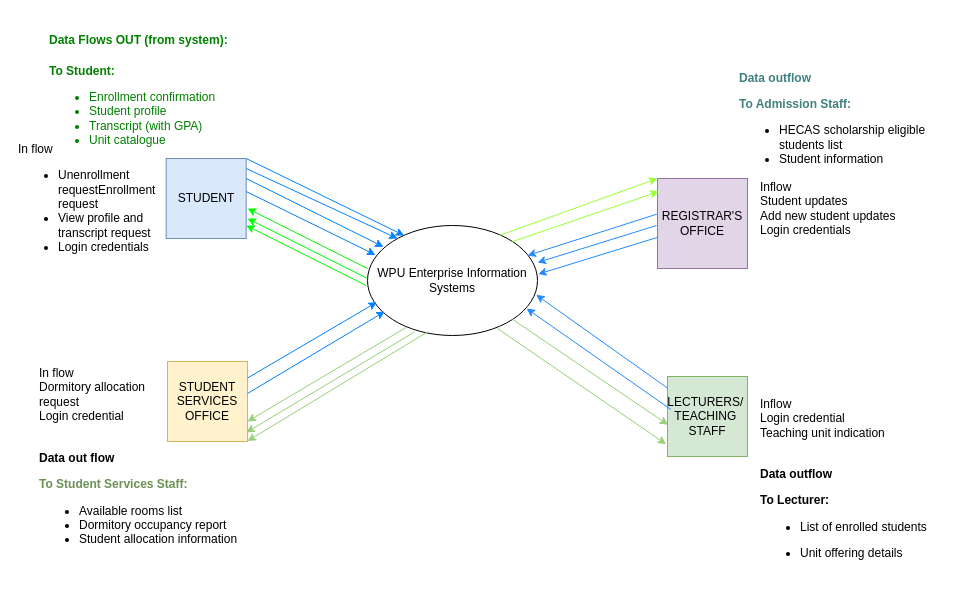
This is page "Level 0 Diagram" (5 of 5) of Untitled Diagram.drawio from Nash230/IS403SystemsAnalysis-Design_MP, a draw.io file, before an edit. Source tidied: cells renumbered, new cells numbered last; positions are measured from the earlier drawing's top-left corner, leaving out a move shared by most shapes. Both pictures are drawn from the tidied source at 100%, with x=0, y=0 at pixel (17, 28).
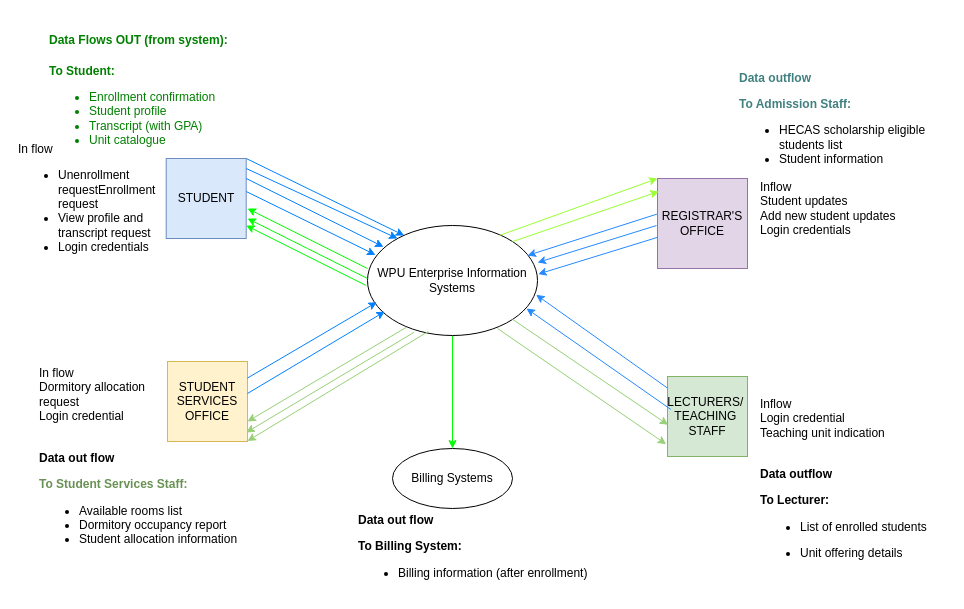
After the change.

Commit message:
Analysis Diagram

The change refers to these unchanged cells:
```xml
<mxCell id="4" value="WPU Enterprise Information Systems" style="ellipse;whiteSpace=wrap;html=1;" parent="1" vertex="1">
  <mxGeometry x="350" y="197" width="170" height="110" as="geometry" />
</mxCell>
```

Diff of the diagram source:
```diff
@@
+    <mxCell id="36" style="edgeStyle=orthogonalEdgeStyle;rounded=0;jettySize=auto;html=1;entryX=0.5;entryY=0;entryDx=0;entryDy=0;strokeColor=light-dark(#00ff00, #ededed);" parent="1" edge="1" source="4" target="37">
+      <mxGeometry relative="1" as="geometry" />
+    </mxCell>
@@
+    <mxCell id="37" value="Billing Systems" style="ellipse;whiteSpace=wrap;html=1;" parent="1" vertex="1">
+      <mxGeometry x="375" y="420" width="120" height="60" as="geometry" />
+    </mxCell>
+    <mxCell id="38" value="&lt;p class=&quot;font-claude-response-body break-words whitespace-normal leading-[1.7]&quot;&gt;&lt;strong&gt;Data out flow&lt;/strong&gt;&lt;/p&gt;&lt;p class=&quot;font-claude-response-body break-words whitespace-normal leading-[1.7]&quot;&gt;&lt;strong&gt;To Billing System:&lt;/strong&gt;&lt;/p&gt;&lt;ul class=&quot;[li_&amp;amp;]:mb-0 [li_&amp;amp;]:mt-1 [li_&amp;amp;]:gap-1 [&amp;amp;:not(:last-child)_ul]:pb-1 [&amp;amp;:not(:last-child)_ol]:pb-1 list-disc flex flex-col gap-1 pl-8 mb-3&quot;&gt;&lt;li class=&quot;whitespace-normal break-words pl-2&quot;&gt;Billing information (after enrollment)&lt;/li&gt;&lt;/ul&gt;" style="text;html=1;whiteSpace=wrap;strokeColor=none;fillColor=none;align=left;verticalAlign=middle;rounded=0;" parent="1" vertex="1">
+      <mxGeometry x="339" y="473" width="263" height="90" as="geometry" />
+    </mxCell>
```
